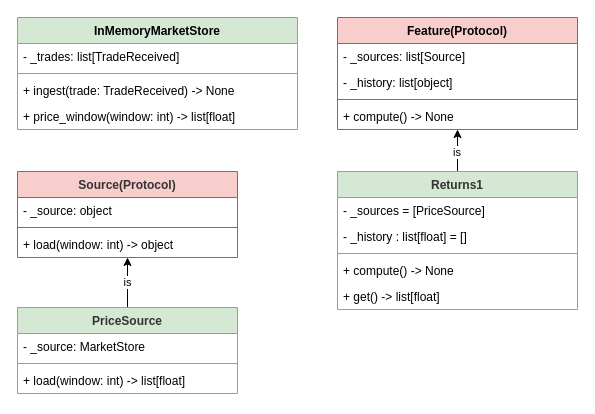
Above: page "Multi-Symbol" (2 of 4) of docs/02. Diagrams/Feature Model and Semantics.drawio in ManuelBayon/InvestIQ-v2 (draw.io), before the change. Source tidied: cells renumbered, new cells numbered last; positions are measured from the earlier drawing's top-left corner, leaving out a move shared by most shapes. Both pictures are drawn from the tidied source at 100%, with x=0, y=0 at pixel (17, 17).
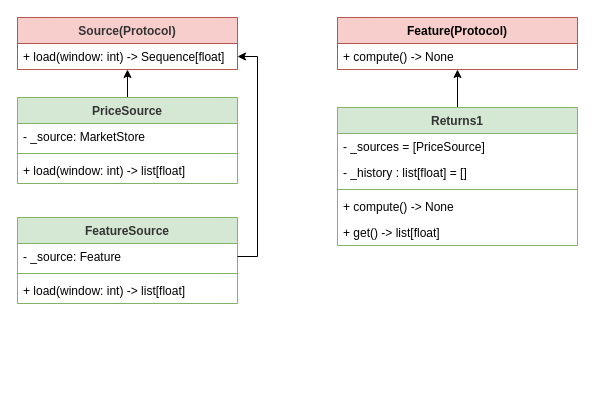
After the change.

Commit message (it also covers changes not shown here):
wip: Add mono symbol non linear feature graph

The change refers to these unchanged cells:
```xml
<mxCell id="16" style="edgeStyle=orthogonalEdgeStyle;rounded=0;jettySize=auto;html=1;exitX=0.5;exitY=0;exitDx=0;exitDy=0;entryX=0.5;entryY=1;entryDx=0;entryDy=0;" parent="1" edge="1" source="18" target="12">
  <mxGeometry relative="1" as="geometry" />
</mxCell>
<mxCell id="22" style="edgeStyle=orthogonalEdgeStyle;rounded=0;jettySize=auto;html=1;exitX=0.5;exitY=0;exitDx=0;exitDy=0;entryX=0.5;entryY=1;entryDx=0;entryDy=0;" parent="1" edge="1" source="24" target="7">
  <mxGeometry relative="1" as="geometry" />
</mxCell>
```

The edit, as a diff of the source:
```diff
@@
-    <mxCell id="2" value="InMemoryMarketStore" style="swimlane;fontStyle=1;align=center;verticalAlign=top;horizontal=1;startSize=26;whiteSpace=wrap;html=1;fillColor=#d5e8d4;strokeColor=#82b366;" parent="1" vertex="1">
-      <mxGeometry width="280" height="112" as="geometry" />
-    </mxCell>
-    <mxCell id="3" value="&lt;div&gt;&lt;span style=&quot;text-align: center;&quot;&gt;- _trades: list[TradeReceived]&lt;/span&gt;&lt;/div&gt;" style="text;strokeColor=none;fillColor=none;align=left;verticalAlign=top;spacingLeft=4;spacingRight=4;overflow=hidden;whiteSpace=wrap;html=1;" parent="2" vertex="1">
-      <mxGeometry y="26" width="280" height="26" as="geometry" />
-    </mxCell>
-    <mxCell id="4" style="line;strokeWidth=1;fillColor=none;align=left;verticalAlign=middle;spacingTop=-1;spacingLeft=3;spacingRight=3;labelPosition=right;strokeColor=inherit;" parent="2" vertex="1">
-      <mxGeometry y="52" width="280" height="8" as="geometry" />
-    </mxCell>
-    <mxCell id="5" value="&lt;div style=&quot;text-align: center;&quot;&gt;&lt;span style=&quot;background-color: transparent; color: light-dark(rgb(0, 0, 0), rgb(255, 255, 255));&quot;&gt;+ ingest(trade: TradeReceived) -&amp;gt; None&lt;/span&gt;&lt;/div&gt;" style="text;strokeColor=none;fillColor=none;align=left;verticalAlign=top;spacingLeft=4;spacingRight=4;overflow=hidden;whiteSpace=wrap;html=1;" parent="2" vertex="1">
-      <mxGeometry y="60" width="280" height="26" as="geometry" />
-    </mxCell>
-    <mxCell id="6" value="&lt;div style=&quot;text-align: center;&quot;&gt;&lt;span style=&quot;background-color: transparent; color: light-dark(rgb(0, 0, 0), rgb(255, 255, 255));&quot;&gt;+ price_window(window: int) -&amp;gt; list[float]&lt;/span&gt;&lt;/div&gt;" style="text;strokeColor=none;fillColor=none;align=left;verticalAlign=top;spacingLeft=4;spacingRight=4;overflow=hidden;whiteSpace=wrap;html=1;" parent="2" vertex="1">
-      <mxGeometry y="86" width="280" height="26" as="geometry" />
-    </mxCell>
     <mxCell id="7" value="Feature(Protocol)" style="swimlane;fontStyle=1;align=center;verticalAlign=top;horizontal=1;startSize=26;whiteSpace=wrap;html=1;fillColor=#f8cecc;strokeColor=#b85450;" parent="1" vertex="1">
-      <mxGeometry x="320" width="240" height="112" as="geometry" />
+      <mxGeometry x="320" width="240" height="52" as="geometry" />
     </mxCell>
-    <mxCell id="8" value="&lt;div&gt;&lt;span style=&quot;text-align: center;&quot;&gt;- _sources: list[Source]&lt;/span&gt;&lt;/div&gt;" style="text;strokeColor=none;fillColor=none;align=left;verticalAlign=top;spacingLeft=4;spacingRight=4;overflow=hidden;whiteSpace=wrap;html=1;" parent="7" vertex="1">
-      <mxGeometry y="26" width="240" height="26" as="geometry" />
-    </mxCell>
-    <mxCell id="9" value="&lt;div&gt;&lt;span style=&quot;text-align: center;&quot;&gt;- _history: list[object]&lt;/span&gt;&lt;/div&gt;" style="text;strokeColor=none;fillColor=none;align=left;verticalAlign=top;spacingLeft=4;spacingRight=4;overflow=hidden;whiteSpace=wrap;html=1;" parent="7" vertex="1">
-      <mxGeometry y="52" width="240" height="26" as="geometry" />
-    </mxCell>
-    <mxCell id="10" style="line;strokeWidth=1;fillColor=none;align=left;verticalAlign=middle;spacingTop=-1;spacingLeft=3;spacingRight=3;labelPosition=right;strokeColor=inherit;" parent="7" vertex="1">
-      <mxGeometry y="78" width="240" height="8" as="geometry" />
-    </mxCell>
     <mxCell id="11" value="&lt;div style=&quot;text-align: center;&quot;&gt;&lt;span style=&quot;background-color: transparent; color: light-dark(rgb(0, 0, 0), rgb(255, 255, 255));&quot;&gt;+ compute() -&amp;gt; None&lt;/span&gt;&lt;/div&gt;" style="text;strokeColor=none;fillColor=none;align=left;verticalAlign=top;spacingLeft=4;spacingRight=4;overflow=hidden;whiteSpace=wrap;html=1;" parent="7" vertex="1">
-      <mxGeometry y="86" width="240" height="26" as="geometry" />
+      <mxGeometry y="26" width="240" height="26" as="geometry" />
     </mxCell>
     <mxCell id="12" value="&lt;span style=&quot;color: rgb(51, 51, 51);&quot;&gt;Source(Protocol)&lt;/span&gt;" style="swimlane;fontStyle=1;align=center;verticalAlign=top;horizontal=1;startSize=26;whiteSpace=wrap;html=1;fillColor=#f8cecc;strokeColor=#b85450;" parent="1" vertex="1">
-      <mxGeometry y="154" width="220" height="86" as="geometry" />
+      <mxGeometry width="220" height="52" as="geometry" />
     </mxCell>
-    <mxCell id="13" value="&lt;div&gt;&lt;span style=&quot;text-align: center;&quot;&gt;- _source: object&lt;/span&gt;&lt;/div&gt;" style="text;strokeColor=none;fillColor=none;align=left;verticalAlign=top;spacingLeft=4;spacingRight=4;overflow=hidden;whiteSpace=wrap;html=1;" parent="12" vertex="1">
-      <mxGeometry y="26" width="220" height="26" as="geometry" />
-    </mxCell>
-    <mxCell id="14" style="line;strokeWidth=1;fillColor=none;align=left;verticalAlign=middle;spacingTop=-1;spacingLeft=3;spacingRight=3;labelPosition=right;strokeColor=inherit;" parent="12" vertex="1">
-      <mxGeometry y="52" width="220" height="8" as="geometry" />
-    </mxCell>
-    <mxCell id="15" value="+ load(window: int) -&amp;gt; object" style="text;strokeColor=none;fillColor=none;align=left;verticalAlign=top;spacingLeft=4;spacingRight=4;overflow=hidden;points=[[0,0.5],[1,0.5]];portConstraint=eastwest;whiteSpace=wrap;html=1;" parent="12" vertex="1">
-      <mxGeometry y="60" width="220" height="26" as="geometry" />
+    <mxCell id="15" value="+ load(window: int) -&amp;gt; Sequence[float]" style="text;strokeColor=none;fillColor=none;align=left;verticalAlign=top;spacingLeft=4;spacingRight=4;overflow=hidden;points=[[0,0.5],[1,0.5]];portConstraint=eastwest;whiteSpace=wrap;html=1;" parent="12" vertex="1">
+      <mxGeometry y="26" width="220" height="26" as="geometry" />
     </mxCell>
@@
-    <mxCell id="17" value="is" style="edgeLabel;html=1;align=center;verticalAlign=middle;" parent="16" vertex="1">
-      <mxGeometry x="0.03" y="1" relative="1" as="geometry" />
-    </mxCell>
     <mxCell id="18" value="&lt;span style=&quot;color: rgb(51, 51, 51);&quot;&gt;PriceSource&lt;/span&gt;" style="swimlane;fontStyle=1;align=center;verticalAlign=top;horizontal=1;startSize=26;whiteSpace=wrap;html=1;fillColor=#d5e8d4;strokeColor=#82b366;" parent="1" vertex="1">
-      <mxGeometry y="290" width="220" height="86" as="geometry" />
+      <mxGeometry y="80" width="220" height="86" as="geometry" />
     </mxCell>
@@
-    <mxCell id="23" value="is&amp;nbsp;" style="edgeLabel;html=1;align=center;verticalAlign=middle;" parent="22" vertex="1">
-      <mxGeometry x="-0.03" relative="1" as="geometry" />
-    </mxCell>
     <mxCell id="24" value="&lt;span style=&quot;color: rgb(51, 51, 51);&quot;&gt;Returns1&lt;/span&gt;" style="swimlane;fontStyle=1;align=center;verticalAlign=top;horizontal=1;startSize=26;whiteSpace=wrap;html=1;fillColor=#d5e8d4;strokeColor=#82b366;" parent="1" vertex="1">
-      <mxGeometry x="320" y="154" width="240" height="138" as="geometry" />
+      <mxGeometry x="320" y="90" width="240" height="138" as="geometry" />
     </mxCell>
@@
+    <mxCell id="30" value="&lt;span style=&quot;color: rgb(51, 51, 51);&quot;&gt;FeatureSource&lt;/span&gt;" style="swimlane;fontStyle=1;align=center;verticalAlign=top;horizontal=1;startSize=26;whiteSpace=wrap;html=1;fillColor=#d5e8d4;strokeColor=#82b366;" parent="1" vertex="1">
+      <mxGeometry y="200" width="220" height="86" as="geometry" />
+    </mxCell>
+    <mxCell id="31" value="&lt;div&gt;&lt;span style=&quot;text-align: center;&quot;&gt;- _source: Feature&lt;/span&gt;&lt;/div&gt;" style="text;strokeColor=none;fillColor=none;align=left;verticalAlign=top;spacingLeft=4;spacingRight=4;overflow=hidden;points=[[0,0.5],[1,0.5]];portConstraint=eastwest;whiteSpace=wrap;html=1;" parent="30" vertex="1">
+      <mxGeometry y="26" width="220" height="26" as="geometry" />
+    </mxCell>
+    <mxCell id="14" style="line;strokeWidth=1;fillColor=none;align=left;verticalAlign=middle;spacingTop=-1;spacingLeft=3;spacingRight=3;labelPosition=right;strokeColor=inherit;" parent="30" vertex="1">
+      <mxGeometry y="52" width="220" height="8" as="geometry" />
+    </mxCell>
+    <mxCell id="32" value="+ load(window: int) -&amp;gt; list[float]" style="text;strokeColor=none;fillColor=none;align=left;verticalAlign=top;spacingLeft=4;spacingRight=4;overflow=hidden;whiteSpace=wrap;html=1;" parent="30" vertex="1">
+      <mxGeometry y="60" width="220" height="26" as="geometry" />
+    </mxCell>
+    <mxCell id="33" style="edgeStyle=orthogonalEdgeStyle;rounded=0;jettySize=auto;html=1;exitX=1;exitY=0.5;exitDx=0;exitDy=0;entryX=1;entryY=0.5;entryDx=0;entryDy=0;" parent="1" edge="1" source="31" target="15">
+      <mxGeometry relative="1" as="geometry" />
+    </mxCell>
```
